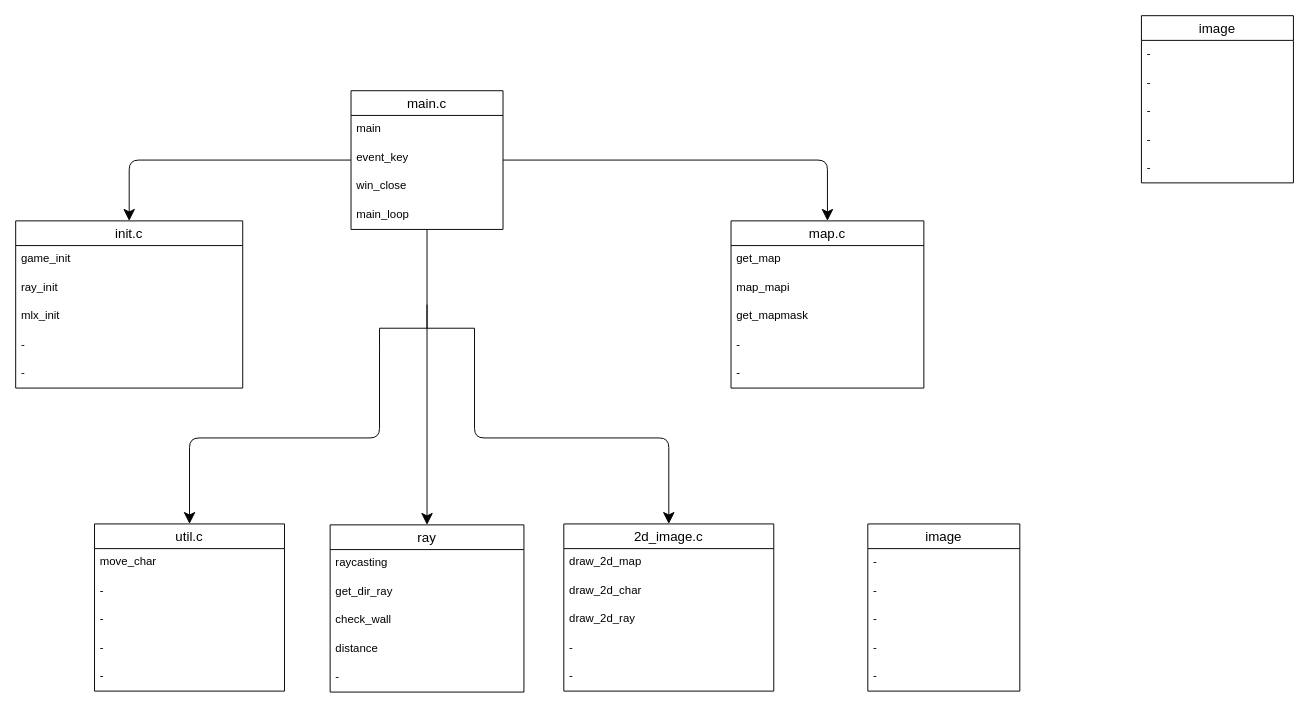
meong99/42_seoul keeps this draw.io diagram as drawio/cub3d.drawio. Above is the earlier version. Source tidied: cells renumbered, new cells numbered last; positions are measured from the earlier drawing's top-left corner, leaving out a move shared by most shapes. Both pictures are drawn from the tidied source at 95%, with x=0, y=0 at pixel (15, 15).
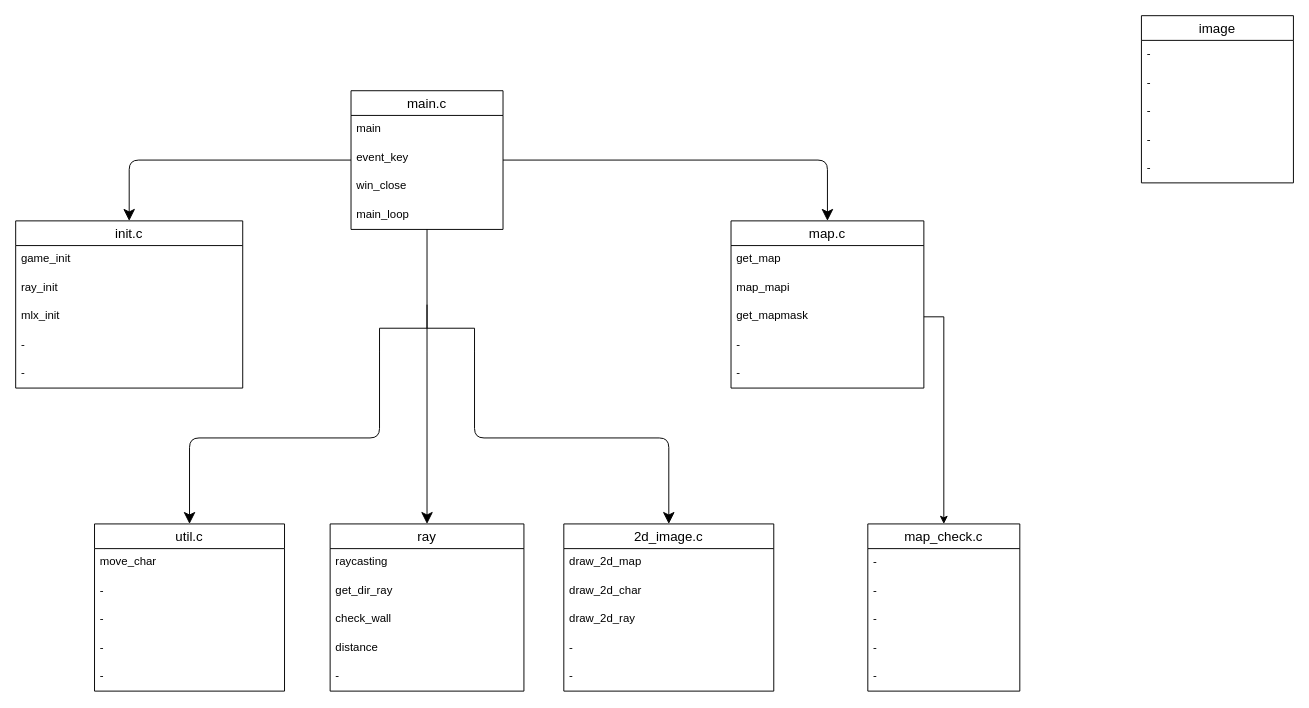
Above is the later version.

The change refers to these unchanged cells:
```xml
<mxCell id="11" value="get_mapmask" style="text;strokeColor=none;fillColor=none;spacingLeft=4;spacingRight=4;overflow=hidden;points=[[0,0.5],[1,0.5]];portConstraint=eastwest;fontSize=12;" parent="8" vertex="1">
  <mxGeometry y="86" width="203" height="30" as="geometry" />
</mxCell>
```

Diff of the diagram source:
```diff
@@
     <mxCell id="32" value="ray" style="swimlane;fontStyle=0;horizontal=1;startSize=26;align=center;fontSize=14;fillColor=#FFFFFF;" parent="1" vertex="1">
-      <mxGeometry x="331" y="536" width="204" height="176" as="geometry" />
+      <mxGeometry x="331" y="535" width="204" height="176" as="geometry" />
     </mxCell>
@@
-    <mxCell id="51" value="image" style="swimlane;fontStyle=0;horizontal=1;startSize=26;align=center;fontSize=14;fillColor=#FFFFFF;" parent="1" vertex="1">
+    <mxCell id="51" value="map_check.c" style="swimlane;fontStyle=0;horizontal=1;startSize=26;align=center;fontSize=14;fillColor=#FFFFFF;" parent="1" vertex="1">
       <mxGeometry x="897" y="535" width="160" height="176" as="geometry" />
     </mxCell>
@@
+    <mxCell id="57" style="edgeStyle=orthogonalEdgeStyle;rounded=0;jettySize=auto;html=1;exitX=1;exitY=0.5;exitDx=0;exitDy=0;entryX=0.5;entryY=0;entryDx=0;entryDy=0;" parent="1" edge="1" source="11" target="51">
+      <mxGeometry relative="1" as="geometry" />
+    </mxCell>
```
